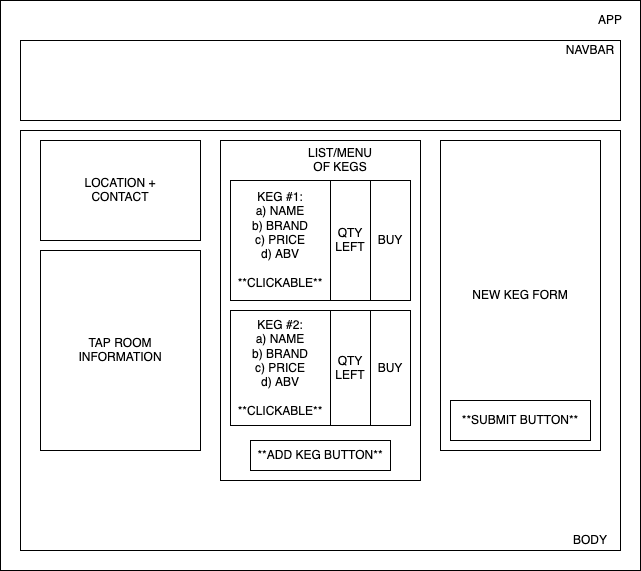
Earlier version of the draw.io export tap_room_diagram.png (dqveha/happy_gilmore_tap_room). Source tidied: cells renumbered, new cells last; positions are measured from the earlier drawing's top-left corner, leaving out a move shared by most shapes. The source it was exported from:
```xml
<mxGraphModel>
  <root>
    <mxCell id="0" />
    <mxCell id="1" parent="0" />
    <mxCell id="2" style="rounded=0;whiteSpace=wrap;html=1;" parent="1" vertex="1">
      <mxGeometry width="640" height="570" as="geometry" />
    </mxCell>
    <mxCell id="3" style="rounded=0;whiteSpace=wrap;html=1;" parent="1" vertex="1">
      <mxGeometry x="20" y="130" width="600" height="420" as="geometry" />
    </mxCell>
    <mxCell id="4" style="rounded=0;whiteSpace=wrap;html=1;" parent="1" vertex="1">
      <mxGeometry x="20" y="40" width="600" height="80" as="geometry" />
    </mxCell>
    <mxCell id="5" value="NAVBAR" style="text;html=1;strokeColor=none;fillColor=none;align=center;verticalAlign=middle;whiteSpace=wrap;rounded=0;" parent="1" vertex="1">
      <mxGeometry x="570" y="40" width="40" height="20" as="geometry" />
    </mxCell>
    <mxCell id="6" value="LOCATION +&lt;br&gt;CONTACT" style="rounded=0;whiteSpace=wrap;html=1;" parent="1" vertex="1">
      <mxGeometry x="40" y="140" width="160" height="100" as="geometry" />
    </mxCell>
    <mxCell id="7" value="TAP ROOM &lt;br&gt;INFORMATION" style="rounded=0;whiteSpace=wrap;html=1;" parent="1" vertex="1">
      <mxGeometry x="40" y="250" width="160" height="200" as="geometry" />
    </mxCell>
    <mxCell id="8" value="BODY" style="text;html=1;strokeColor=none;fillColor=none;align=center;verticalAlign=middle;whiteSpace=wrap;rounded=0;" parent="1" vertex="1">
      <mxGeometry x="570" y="530" width="40" height="20" as="geometry" />
    </mxCell>
    <mxCell id="9" style="rounded=0;whiteSpace=wrap;html=1;" parent="1" vertex="1">
      <mxGeometry x="220" y="140" width="200" height="340" as="geometry" />
    </mxCell>
    <mxCell id="10" value="KEG #1:&lt;br&gt;a) NAME&lt;br&gt;b) BRAND&lt;br&gt;c) PRICE&lt;br&gt;d) ABV&lt;br&gt;&lt;br&gt;**CLICKABLE**" style="rounded=0;whiteSpace=wrap;html=1;" parent="1" vertex="1">
      <mxGeometry x="230" y="180" width="100" height="120" as="geometry" />
    </mxCell>
    <mxCell id="11" style="edgeStyle=orthogonalEdgeStyle;rounded=0;orthogonalLoop=1;jettySize=auto;html=1;exitX=0.5;exitY=1;exitDx=0;exitDy=0;" parent="1" edge="1" source="8" target="8">
      <mxGeometry relative="1" as="geometry" />
    </mxCell>
    <mxCell id="12" value="LIST/MENU OF KEGS" style="text;html=1;strokeColor=none;fillColor=none;align=center;verticalAlign=middle;whiteSpace=wrap;rounded=0;" parent="1" vertex="1">
      <mxGeometry x="310" y="150" width="60" height="20" as="geometry" />
    </mxCell>
    <mxCell id="13" value="KEG #2:&lt;br&gt;a) NAME&lt;br&gt;b) BRAND&lt;br&gt;c) PRICE&lt;br&gt;d) ABV&lt;br&gt;&lt;br&gt;**CLICKABLE**" style="rounded=0;whiteSpace=wrap;html=1;" parent="1" vertex="1">
      <mxGeometry x="230" y="310" width="100" height="115" as="geometry" />
    </mxCell>
    <mxCell id="14" value="**ADD KEG BUTTON**" style="rounded=0;whiteSpace=wrap;html=1;" parent="1" vertex="1">
      <mxGeometry x="250" y="440" width="140" height="30" as="geometry" />
    </mxCell>
    <mxCell id="15" value="NEW KEG FORM" style="rounded=0;whiteSpace=wrap;html=1;" parent="1" vertex="1">
      <mxGeometry x="440" y="140" width="160" height="310" as="geometry" />
    </mxCell>
    <mxCell id="16" value="**SUBMIT BUTTON**" style="rounded=0;whiteSpace=wrap;html=1;" parent="1" vertex="1">
      <mxGeometry x="450" y="400" width="140" height="40" as="geometry" />
    </mxCell>
    <mxCell id="17" value="QTY&lt;br&gt;LEFT" style="rounded=0;whiteSpace=wrap;html=1;" parent="1" vertex="1">
      <mxGeometry x="330" y="180" width="40" height="120" as="geometry" />
    </mxCell>
    <mxCell id="18" value="QTY&lt;br&gt;LEFT" style="rounded=0;whiteSpace=wrap;html=1;" parent="1" vertex="1">
      <mxGeometry x="330" y="310" width="40" height="115" as="geometry" />
    </mxCell>
    <mxCell id="19" value="BUY" style="rounded=0;whiteSpace=wrap;html=1;" parent="1" vertex="1">
      <mxGeometry x="370" y="180" width="40" height="120" as="geometry" />
    </mxCell>
    <mxCell id="20" value="&lt;div&gt;BUY&lt;/div&gt;" style="rounded=0;whiteSpace=wrap;html=1;" parent="1" vertex="1">
      <mxGeometry x="370" y="310" width="40" height="115" as="geometry" />
    </mxCell>
    <mxCell id="21" value="APP" style="text;html=1;strokeColor=none;fillColor=none;align=center;verticalAlign=middle;whiteSpace=wrap;rounded=0;" parent="1" vertex="1">
      <mxGeometry x="590" y="10" width="40" height="20" as="geometry" />
    </mxCell>
  </root>
</mxGraphModel>
```
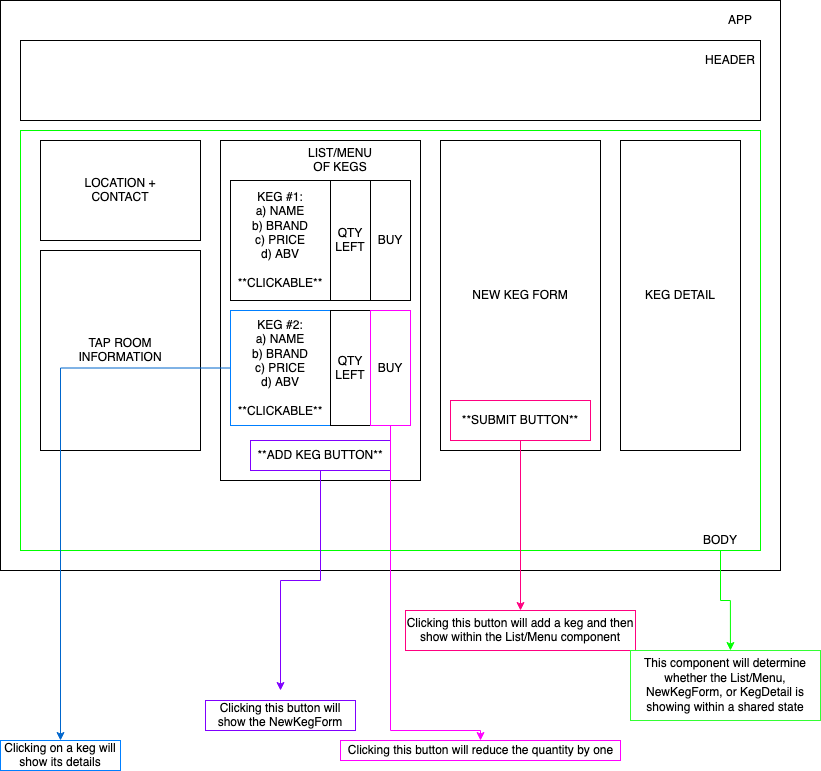
After the change.

Commit message:
Update React page component diagram in README

Diff of the diagram source:
```diff
@@ -3,16 +3,16 @@
     <mxCell id="0" />
     <mxCell id="1" parent="0" />
     <mxCell id="2" style="rounded=0;whiteSpace=wrap;html=1;" parent="1" vertex="1">
-      <mxGeometry width="640" height="570" as="geometry" />
+      <mxGeometry width="780" height="570" as="geometry" />
     </mxCell>
-    <mxCell id="3" style="rounded=0;whiteSpace=wrap;html=1;" parent="1" vertex="1">
-      <mxGeometry x="20" y="130" width="600" height="420" as="geometry" />
+    <mxCell id="3" style="rounded=0;whiteSpace=wrap;html=1;strokeColor=#00FF00;" parent="1" vertex="1">
+      <mxGeometry x="20" y="130" width="740" height="420" as="geometry" />
     </mxCell>
     <mxCell id="4" style="rounded=0;whiteSpace=wrap;html=1;" parent="1" vertex="1">
-      <mxGeometry x="20" y="40" width="600" height="80" as="geometry" />
+      <mxGeometry x="20" y="40" width="740" height="80" as="geometry" />
     </mxCell>
-    <mxCell id="5" value="NAVBAR" style="text;html=1;strokeColor=none;fillColor=none;align=center;verticalAlign=middle;whiteSpace=wrap;rounded=0;" parent="1" vertex="1">
-      <mxGeometry x="570" y="40" width="40" height="20" as="geometry" />
+    <mxCell id="5" value="HEADER" style="text;html=1;strokeColor=none;fillColor=none;align=center;verticalAlign=middle;whiteSpace=wrap;rounded=0;" parent="1" vertex="1">
+      <mxGeometry x="710" y="50" width="40" height="20" as="geometry" />
     </mxCell>
     <mxCell id="6" value="LOCATION +&lt;br&gt;CONTACT" style="rounded=0;whiteSpace=wrap;html=1;" parent="1" vertex="1">
       <mxGeometry x="40" y="140" width="160" height="100" as="geometry" />
@@ -20,12 +20,20 @@
     <mxCell id="7" value="TAP ROOM &lt;br&gt;INFORMATION" style="rounded=0;whiteSpace=wrap;html=1;" parent="1" vertex="1">
       <mxGeometry x="40" y="250" width="160" height="200" as="geometry" />
     </mxCell>
+    <mxCell id="22" style="edgeStyle=orthogonalEdgeStyle;rounded=0;jettySize=auto;html=1;entryX=0.526;entryY=0;entryDx=0;entryDy=0;entryPerimeter=0;strokeColor=#00FF00;" parent="1" edge="1" source="8" target="32">
+      <mxGeometry relative="1" as="geometry" />
+    </mxCell>
     <mxCell id="8" value="BODY" style="text;html=1;strokeColor=none;fillColor=none;align=center;verticalAlign=middle;whiteSpace=wrap;rounded=0;" parent="1" vertex="1">
-      <mxGeometry x="570" y="530" width="40" height="20" as="geometry" />
+      <mxGeometry x="700" y="530" width="40" height="20" as="geometry" />
     </mxCell>
     <mxCell id="9" style="rounded=0;whiteSpace=wrap;html=1;" parent="1" vertex="1">
       <mxGeometry x="220" y="140" width="200" height="340" as="geometry" />
     </mxCell>
+    <mxCell id="23" style="edgeStyle=orthogonalEdgeStyle;rounded=0;jettySize=auto;html=1;exitX=0;exitY=0.5;exitDx=0;exitDy=0;strokeColor=#0066CC;" parent="1" edge="1" source="13">
+      <mxGeometry relative="1" as="geometry">
+        <mxPoint x="60" y="740" as="targetPoint" />
+      </mxGeometry>
+    </mxCell>
     <mxCell id="10" value="KEG #1:&lt;br&gt;a) NAME&lt;br&gt;b) BRAND&lt;br&gt;c) PRICE&lt;br&gt;d) ABV&lt;br&gt;&lt;br&gt;**CLICKABLE**" style="rounded=0;whiteSpace=wrap;html=1;" parent="1" vertex="1">
       <mxGeometry x="230" y="180" width="100" height="120" as="geometry" />
     </mxCell>
@@ -35,16 +43,26 @@
     <mxCell id="12" value="LIST/MENU OF KEGS" style="text;html=1;strokeColor=none;fillColor=none;align=center;verticalAlign=middle;whiteSpace=wrap;rounded=0;" parent="1" vertex="1">
       <mxGeometry x="310" y="150" width="60" height="20" as="geometry" />
     </mxCell>
-    <mxCell id="13" value="KEG #2:&lt;br&gt;a) NAME&lt;br&gt;b) BRAND&lt;br&gt;c) PRICE&lt;br&gt;d) ABV&lt;br&gt;&lt;br&gt;**CLICKABLE**" style="rounded=0;whiteSpace=wrap;html=1;" parent="1" vertex="1">
+    <mxCell id="13" value="KEG #2:&lt;br&gt;a) NAME&lt;br&gt;b) BRAND&lt;br&gt;c) PRICE&lt;br&gt;d) ABV&lt;br&gt;&lt;br&gt;**CLICKABLE**" style="rounded=0;whiteSpace=wrap;html=1;strokeColor=#007FFF;" parent="1" vertex="1">
       <mxGeometry x="230" y="310" width="100" height="115" as="geometry" />
     </mxCell>
+    <mxCell id="24" style="edgeStyle=orthogonalEdgeStyle;rounded=0;jettySize=auto;html=1;exitX=0.5;exitY=1;exitDx=0;exitDy=0;strokeColor=#7F00FF;" parent="1" edge="1" source="14">
+      <mxGeometry relative="1" as="geometry">
+        <mxPoint x="280" y="690" as="targetPoint" />
+      </mxGeometry>
+    </mxCell>
-    <mxCell id="14" value="**ADD KEG BUTTON**" style="rounded=0;whiteSpace=wrap;html=1;" parent="1" vertex="1">
+    <mxCell id="14" value="**ADD KEG BUTTON**" style="rounded=0;whiteSpace=wrap;html=1;strokeColor=#7F00FF;" parent="1" vertex="1">
       <mxGeometry x="250" y="440" width="140" height="30" as="geometry" />
     </mxCell>
     <mxCell id="15" value="NEW KEG FORM" style="rounded=0;whiteSpace=wrap;html=1;" parent="1" vertex="1">
       <mxGeometry x="440" y="140" width="160" height="310" as="geometry" />
     </mxCell>
+    <mxCell id="25" style="edgeStyle=orthogonalEdgeStyle;rounded=0;jettySize=auto;html=1;strokeColor=#FF0080;" parent="1" edge="1" source="16">
+      <mxGeometry relative="1" as="geometry">
+        <mxPoint x="520" y="610" as="targetPoint" />
+      </mxGeometry>
+    </mxCell>
-    <mxCell id="16" value="**SUBMIT BUTTON**" style="rounded=0;whiteSpace=wrap;html=1;" parent="1" vertex="1">
+    <mxCell id="16" value="**SUBMIT BUTTON**" style="rounded=0;whiteSpace=wrap;html=1;strokeColor=#FF0080;" parent="1" vertex="1">
       <mxGeometry x="450" y="400" width="140" height="40" as="geometry" />
     </mxCell>
     <mxCell id="17" value="QTY&lt;br&gt;LEFT" style="rounded=0;whiteSpace=wrap;html=1;" parent="1" vertex="1">
@@ -56,11 +74,37 @@
     <mxCell id="19" value="BUY" style="rounded=0;whiteSpace=wrap;html=1;" parent="1" vertex="1">
       <mxGeometry x="370" y="180" width="40" height="120" as="geometry" />
     </mxCell>
+    <mxCell id="26" style="edgeStyle=orthogonalEdgeStyle;rounded=0;jettySize=auto;html=1;strokeColor=#FF00FF;" parent="1" edge="1" source="20" target="31">
+      <mxGeometry relative="1" as="geometry">
+        <Array as="points">
+          <mxPoint x="390" y="730" />
+          <mxPoint x="480" y="730" />
+        </Array>
+      </mxGeometry>
+    </mxCell>
-    <mxCell id="20" value="&lt;div&gt;BUY&lt;/div&gt;" style="rounded=0;whiteSpace=wrap;html=1;" parent="1" vertex="1">
+    <mxCell id="20" value="&lt;div&gt;BUY&lt;/div&gt;" style="rounded=0;whiteSpace=wrap;html=1;strokeColor=#FF00FF;" parent="1" vertex="1">
       <mxGeometry x="370" y="310" width="40" height="115" as="geometry" />
     </mxCell>
     <mxCell id="21" value="APP" style="text;html=1;strokeColor=none;fillColor=none;align=center;verticalAlign=middle;whiteSpace=wrap;rounded=0;" parent="1" vertex="1">
-      <mxGeometry x="590" y="10" width="40" height="20" as="geometry" />
+      <mxGeometry x="720" y="10" width="40" height="20" as="geometry" />
     </mxCell>
+    <mxCell id="27" value="KEG DETAIL" style="rounded=0;whiteSpace=wrap;html=1;" parent="1" vertex="1">
+      <mxGeometry x="620" y="140" width="120" height="310" as="geometry" />
+    </mxCell>
+    <mxCell id="28" value="Clicking this button will add a keg and then show within the List/Menu component" style="text;html=1;strokeColor=#FF0080;fillColor=none;align=center;verticalAlign=middle;whiteSpace=wrap;rounded=0;" parent="1" vertex="1">
+      <mxGeometry x="405" y="610" width="230" height="40" as="geometry" />
+    </mxCell>
+    <mxCell id="29" value="Clicking this button will show the NewKegForm" style="text;html=1;strokeColor=#7F00FF;fillColor=none;align=center;verticalAlign=middle;whiteSpace=wrap;rounded=0;" parent="1" vertex="1">
+      <mxGeometry x="205" y="700" width="150" height="30" as="geometry" />
+    </mxCell>
+    <mxCell id="30" value="Clicking on a keg will show its details " style="text;html=1;strokeColor=#007FFF;fillColor=none;align=center;verticalAlign=middle;whiteSpace=wrap;rounded=0;" parent="1" vertex="1">
+      <mxGeometry y="740" width="120" height="30" as="geometry" />
+    </mxCell>
+    <mxCell id="31" value="Clicking this button will reduce the quantity by one" style="text;html=1;align=center;verticalAlign=middle;points=[];strokeColor=#FF00FF;fillColor=none;" parent="1" vertex="1">
+      <mxGeometry x="340" y="740" width="280" height="20" as="geometry" />
+    </mxCell>
+    <mxCell id="32" value="This component will determine whether the List/Menu, NewKegForm, or KegDetail is showing within a shared state" style="text;html=1;strokeColor=#33FF33;fillColor=none;align=center;verticalAlign=middle;whiteSpace=wrap;rounded=0;" parent="1" vertex="1">
+      <mxGeometry x="630" y="650" width="190" height="70" as="geometry" />
+    </mxCell>
   </root>
 </mxGraphModel>
```
